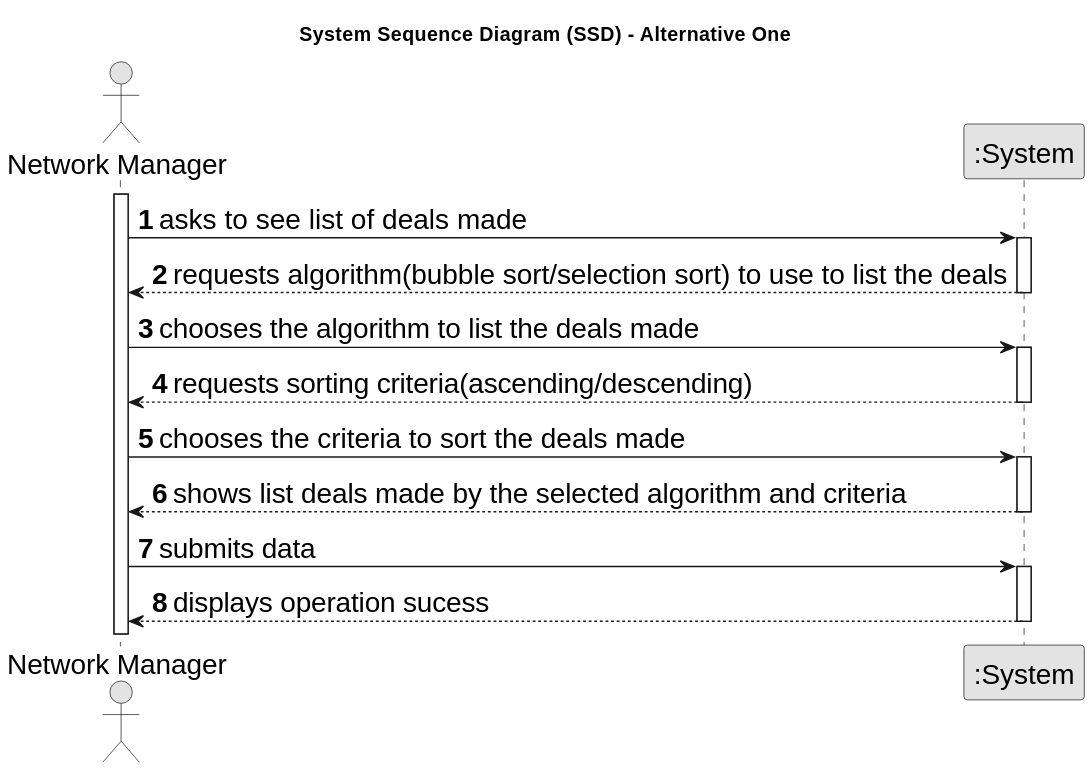
Before: docs/sprintD/US017/01.requirements-engineering/svg/us17-system-sequence-diagram.svg, a diagram exported from PlantUML (PureNimble/ISEP-LAPR2).
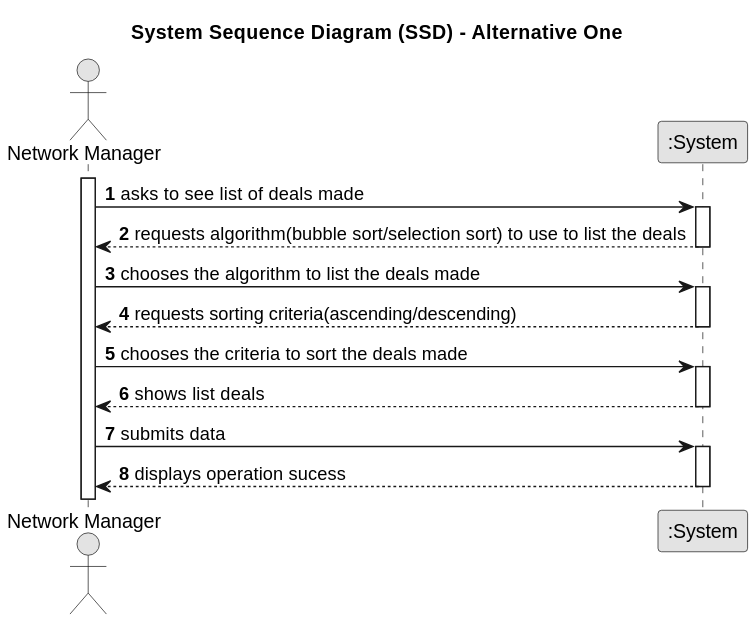
The same file after the commit.

Diff of the diagram source:
```diff
@@ -1,5 +1,4 @@
 @startuml
-skinparamlocked defaultFontSize 20
 skinparam monochrome true
 skinparam packageStyle rectangle
 skinparam shadowing false
@@ -28,7 +27,7 @@
         NetworkManager -> System : chooses the criteria to sort the deals made
                 activate System
 
-           System --> NetworkManager : shows list deals made by the selected algorithm and criteria
+           System --> NetworkManager : shows list deals
        deactivate System
 
 
```
